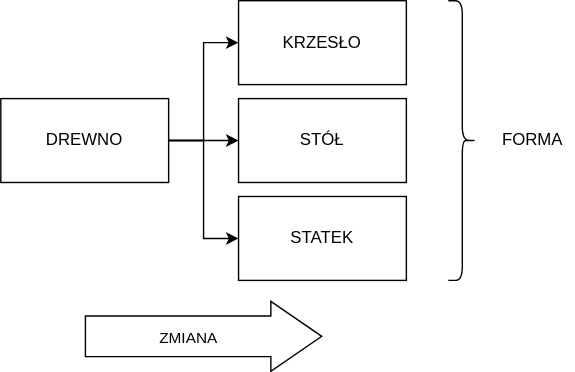
Before: images/ep-06-forma-02.svg, a diagram exported from draw.io (lyckantropen/awakening-pl). Source tidied: cells renumbered, new cells last; positions are measured from the earlier drawing's top-left corner, leaving out a move shared by most shapes. Source of this version:
```xml
<mxGraphModel>
  <root>
    <mxCell id="0" />
    <mxCell id="1" parent="0" />
    <mxCell id="2" style="edgeStyle=orthogonalEdgeStyle;rounded=0;jettySize=auto;html=1;entryX=0;entryY=0.5;entryDx=0;entryDy=0;" parent="1" edge="1" source="5" target="6">
      <mxGeometry relative="1" as="geometry" />
    </mxCell>
    <mxCell id="3" style="edgeStyle=orthogonalEdgeStyle;rounded=0;jettySize=auto;html=1;entryX=0;entryY=0.5;entryDx=0;entryDy=0;" parent="1" edge="1" source="5" target="7">
      <mxGeometry relative="1" as="geometry" />
    </mxCell>
    <mxCell id="4" style="edgeStyle=orthogonalEdgeStyle;rounded=0;jettySize=auto;html=1;entryX=0;entryY=0.5;entryDx=0;entryDy=0;" parent="1" edge="1" source="5" target="8">
      <mxGeometry relative="1" as="geometry" />
    </mxCell>
    <mxCell id="5" value="DREWNO" style="rounded=0;whiteSpace=wrap;html=1;" parent="1" vertex="1">
      <mxGeometry y="70" width="120" height="60" as="geometry" />
    </mxCell>
    <mxCell id="6" value="KRZESŁO" style="whiteSpace=wrap;html=1;" parent="1" vertex="1">
      <mxGeometry x="170" width="120" height="60" as="geometry" />
    </mxCell>
    <mxCell id="7" value="STÓŁ" style="whiteSpace=wrap;html=1;" parent="1" vertex="1">
      <mxGeometry x="170" y="70" width="120" height="60" as="geometry" />
    </mxCell>
    <mxCell id="8" value="STATEK" style="whiteSpace=wrap;html=1;" parent="1" vertex="1">
      <mxGeometry x="170" y="140" width="120" height="60" as="geometry" />
    </mxCell>
    <mxCell id="9" style="shape=flexArrow;endArrow=classic;html=1;rounded=0;width=29;endSize=11.8;" parent="1" edge="1">
      <mxGeometry relative="1" as="geometry">
        <mxPoint x="60" y="240" as="sourcePoint" />
        <mxPoint x="230" y="240" as="targetPoint" />
      </mxGeometry>
    </mxCell>
    <mxCell id="10" value="ZMIANA" style="edgeLabel;html=1;align=center;verticalAlign=middle;" parent="9" vertex="1">
      <mxGeometry x="-0.14" relative="1" as="geometry" />
    </mxCell>
    <mxCell id="11" style="shape=curlyBracket;whiteSpace=wrap;html=1;rounded=1;flipH=1;" parent="1" vertex="1">
      <mxGeometry x="320" width="20" height="200" as="geometry" />
    </mxCell>
    <mxCell id="12" value="FORMA" style="text;html=1;align=center;verticalAlign=middle;strokeColor=none;fillColor=none;" parent="1" vertex="1">
      <mxGeometry x="350" y="90" width="60" height="20" as="geometry" />
    </mxCell>
  </root>
</mxGraphModel>
```
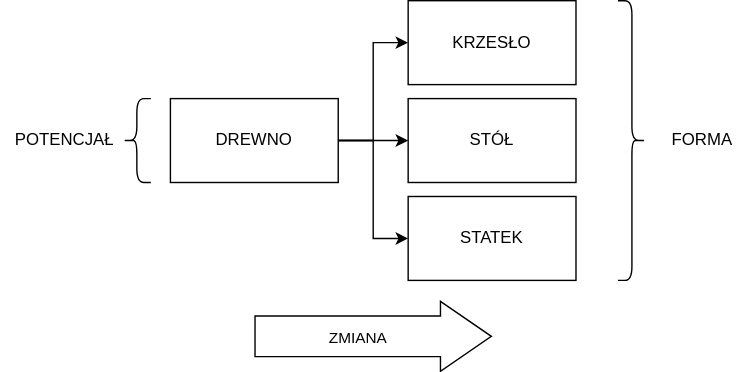
Above is the later version.

Change to the diagram source:
```diff
@@ -38,5 +38,11 @@
     <mxCell id="12" value="FORMA" style="text;html=1;align=center;verticalAlign=middle;strokeColor=none;fillColor=none;" parent="1" vertex="1">
       <mxGeometry x="350" y="90" width="60" height="20" as="geometry" />
     </mxCell>
+    <mxCell id="13" style="shape=curlyBracket;whiteSpace=wrap;html=1;rounded=1;" parent="1" vertex="1">
+      <mxGeometry x="-34" y="70" width="20" height="60" as="geometry" />
+    </mxCell>
+    <mxCell id="14" value="POTENCJAŁ" style="text;html=1;align=center;verticalAlign=middle;strokeColor=none;fillColor=none;" parent="1" vertex="1">
+      <mxGeometry x="-121" y="90" width="90" height="20" as="geometry" />
+    </mxCell>
   </root>
 </mxGraphModel>
```
